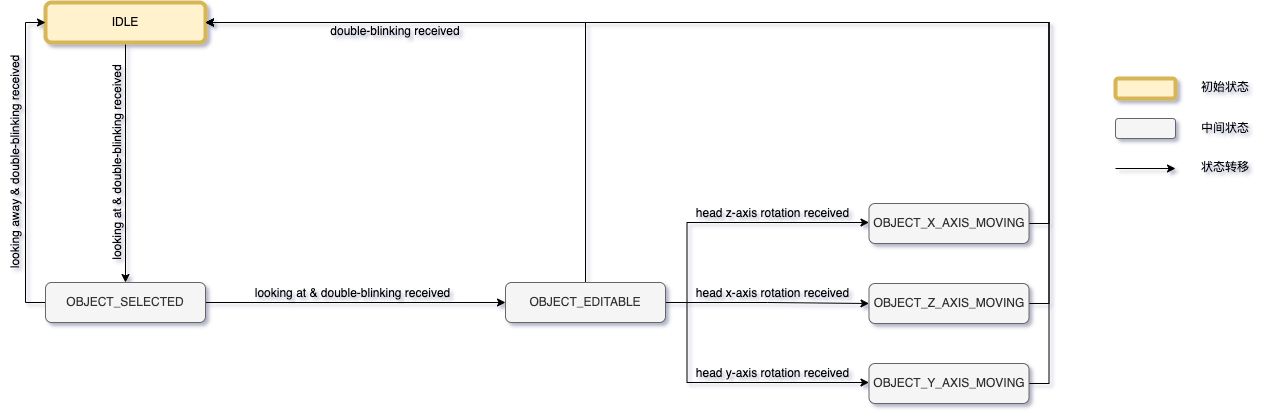
This is PAPERWORK/论文图例/system_state_machine.png from lorenz-liu/gaze-dominant-manipulation, a draw.io export, as it was before one commit. Source tidied: cells renumbered, new cells last; positions are measured from the earlier drawing's top-left corner, leaving out a move shared by most shapes.
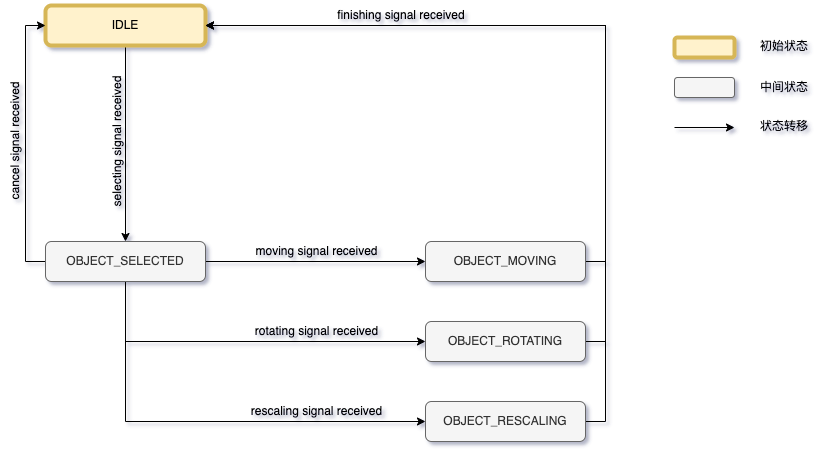
The same diagram one commit later.

Change to the diagram source:
```diff
@@ -6,7 +6,7 @@
       <mxGeometry relative="1" as="geometry" />
     </mxCell>
     <mxCell id="3" value="IDLE" style="rounded=1;whiteSpace=wrap;html=1;fillColor=#fff2cc;strokeColor=#d6b656;strokeWidth=4;" parent="1" vertex="1">
-      <mxGeometry x="148" width="160" height="40" as="geometry" />
+      <mxGeometry x="148" y="44" width="160" height="40" as="geometry" />
     </mxCell>
     <mxCell id="4" style="edgeStyle=orthogonalEdgeStyle;rounded=0;jettySize=auto;html=1;exitX=1;exitY=0.5;exitDx=0;exitDy=0;" parent="1" edge="1" source="6" target="21">
       <mxGeometry relative="1" as="geometry" />
@@ -14,95 +14,71 @@
     <mxCell id="5" style="edgeStyle=orthogonalEdgeStyle;rounded=0;jettySize=auto;html=1;exitX=0;exitY=0.5;exitDx=0;exitDy=0;entryX=0;entryY=0.5;entryDx=0;entryDy=0;" parent="1" edge="1" source="6" target="3">
       <mxGeometry relative="1" as="geometry" />
     </mxCell>
+    <mxCell id="31" style="edgeStyle=orthogonalEdgeStyle;rounded=0;jettySize=auto;html=1;exitX=0.5;exitY=1;exitDx=0;exitDy=0;entryX=0;entryY=0.5;entryDx=0;entryDy=0;" parent="1" edge="1" source="6" target="34">
+      <mxGeometry relative="1" as="geometry" />
+    </mxCell>
+    <mxCell id="32" style="edgeStyle=orthogonalEdgeStyle;rounded=0;jettySize=auto;html=1;exitX=0.5;exitY=1;exitDx=0;exitDy=0;entryX=0;entryY=0.5;entryDx=0;entryDy=0;" parent="1" edge="1" source="6" target="37">
+      <mxGeometry relative="1" as="geometry" />
+    </mxCell>
     <mxCell id="6" value="OBJECT_SELECTED" style="rounded=1;whiteSpace=wrap;html=1;fillColor=#f5f5f5;fontColor=#333333;strokeColor=#666666;" parent="1" vertex="1">
       <mxGeometry x="148" y="280" width="160" height="40" as="geometry" />
     </mxCell>
-    <mxCell id="7" style="edgeStyle=orthogonalEdgeStyle;rounded=0;jettySize=auto;html=1;exitX=1;exitY=0.5;exitDx=0;exitDy=0;entryX=1;entryY=0.5;entryDx=0;entryDy=0;" parent="1" edge="1" source="8" target="3">
-      <mxGeometry relative="1" as="geometry" />
-    </mxCell>
-    <mxCell id="8" value="OBJECT_X_AXIS_MOVING" style="rounded=1;whiteSpace=wrap;html=1;fillColor=#f5f5f5;fontColor=#333333;strokeColor=#666666;" parent="1" vertex="1">
-      <mxGeometry x="971.5" y="201" width="160" height="40" as="geometry" />
-    </mxCell>
-    <mxCell id="9" style="edgeStyle=orthogonalEdgeStyle;rounded=0;jettySize=auto;html=1;exitX=1;exitY=0.5;exitDx=0;exitDy=0;entryX=1;entryY=0.5;entryDx=0;entryDy=0;" parent="1" edge="1" source="10" target="3">
-      <mxGeometry relative="1" as="geometry" />
-    </mxCell>
-    <mxCell id="10" value="OBJECT_Z_AXIS_MOVING" style="rounded=1;whiteSpace=wrap;html=1;fillColor=#f5f5f5;fontColor=#333333;strokeColor=#666666;" parent="1" vertex="1">
-      <mxGeometry x="971.5" y="281" width="160" height="40" as="geometry" />
-    </mxCell>
-    <mxCell id="11" style="edgeStyle=orthogonalEdgeStyle;rounded=0;jettySize=auto;html=1;exitX=1;exitY=0.5;exitDx=0;exitDy=0;entryX=1;entryY=0.5;entryDx=0;entryDy=0;" parent="1" edge="1" source="12" target="3">
-      <mxGeometry relative="1" as="geometry" />
-    </mxCell>
-    <mxCell id="12" value="OBJECT_Y_AXIS_MOVING" style="rounded=1;whiteSpace=wrap;html=1;fillColor=#f5f5f5;fontColor=#333333;strokeColor=#666666;" parent="1" vertex="1">
-      <mxGeometry x="971.5" y="361" width="160" height="40" as="geometry" />
-    </mxCell>
-    <mxCell id="13" value="head z-axis rotation received" style="text;html=1;strokeColor=none;fillColor=none;align=center;verticalAlign=middle;whiteSpace=wrap;rounded=0;rotation=0;" parent="1" vertex="1">
-      <mxGeometry x="789.5" y="196" width="171" height="30" as="geometry" />
-    </mxCell>
-    <mxCell id="14" value="head x-axis rotation received" style="text;html=1;strokeColor=none;fillColor=none;align=center;verticalAlign=middle;whiteSpace=wrap;rounded=0;rotation=0;" parent="1" vertex="1">
-      <mxGeometry x="789.5" y="276" width="171" height="30" as="geometry" />
-    </mxCell>
-    <mxCell id="15" value="head y-axis rotation received" style="text;html=1;strokeColor=none;fillColor=none;align=center;verticalAlign=middle;whiteSpace=wrap;rounded=0;rotation=0;" parent="1" vertex="1">
-      <mxGeometry x="789.5" y="356" width="171" height="30" as="geometry" />
-    </mxCell>
-    <mxCell id="16" value="double-blinking received" style="text;html=1;strokeColor=none;fillColor=none;align=center;verticalAlign=middle;whiteSpace=wrap;rounded=0;rotation=0;" parent="1" vertex="1">
-      <mxGeometry x="423" y="14" width="150" height="30" as="geometry" />
+    <mxCell id="16" value="finishing signal received" style="text;html=1;strokeColor=none;fillColor=none;align=center;verticalAlign=middle;whiteSpace=wrap;rounded=0;rotation=0;" parent="1" vertex="1">
+      <mxGeometry x="429" y="39" width="150" height="30" as="geometry" />
     </mxCell>
-    <mxCell id="17" style="edgeStyle=orthogonalEdgeStyle;rounded=0;jettySize=auto;html=1;exitX=1;exitY=0.5;exitDx=0;exitDy=0;entryX=0;entryY=0.5;entryDx=0;entryDy=0;" parent="1" edge="1" source="21" target="10">
-      <mxGeometry relative="1" as="geometry" />
-    </mxCell>
-    <mxCell id="18" style="edgeStyle=orthogonalEdgeStyle;rounded=0;jettySize=auto;html=1;exitX=1;exitY=0.5;exitDx=0;exitDy=0;entryX=0;entryY=0.5;entryDx=0;entryDy=0;" parent="1" edge="1" source="21" target="12">
-      <mxGeometry relative="1" as="geometry">
-        <Array as="points">
-          <mxPoint x="789.5" y="300" />
-          <mxPoint x="789.5" y="380" />
-          <mxPoint x="971.5" y="380" />
-        </Array>
-      </mxGeometry>
-    </mxCell>
-    <mxCell id="19" style="edgeStyle=orthogonalEdgeStyle;rounded=0;jettySize=auto;html=1;exitX=1;exitY=0.5;exitDx=0;exitDy=0;entryX=0;entryY=0.5;entryDx=0;entryDy=0;" parent="1" edge="1" source="21" target="8">
-      <mxGeometry relative="1" as="geometry">
-        <Array as="points">
-          <mxPoint x="789.5" y="300" />
-          <mxPoint x="789.5" y="220" />
-          <mxPoint x="971.5" y="220" />
-        </Array>
-      </mxGeometry>
-    </mxCell>
-    <mxCell id="20" style="edgeStyle=orthogonalEdgeStyle;rounded=0;jettySize=auto;html=1;exitX=0.5;exitY=0;exitDx=0;exitDy=0;entryX=1;entryY=0.5;entryDx=0;entryDy=0;" parent="1" edge="1" source="21" target="3">
+    <mxCell id="20" style="edgeStyle=orthogonalEdgeStyle;rounded=0;jettySize=auto;html=1;exitX=1;exitY=0.5;exitDx=0;exitDy=0;entryX=1;entryY=0.5;entryDx=0;entryDy=0;" parent="1" edge="1" source="21" target="3">
       <mxGeometry relative="1" as="geometry" />
     </mxCell>
-    <mxCell id="21" value="OBJECT_EDITABLE" style="rounded=1;whiteSpace=wrap;html=1;fillColor=#f5f5f5;fontColor=#333333;strokeColor=#666666;" parent="1" vertex="1">
-      <mxGeometry x="608" y="280" width="160" height="40" as="geometry" />
+    <mxCell id="21" value="OBJECT_MOVING" style="rounded=1;whiteSpace=wrap;html=1;fillColor=#f5f5f5;fontColor=#333333;strokeColor=#666666;" parent="1" vertex="1">
+      <mxGeometry x="528" y="280" width="160" height="40" as="geometry" />
     </mxCell>
-    <mxCell id="22" value="looking away &amp;amp; double-blinking received" style="text;html=1;strokeColor=none;fillColor=none;align=center;verticalAlign=middle;whiteSpace=wrap;rounded=0;rotation=-90;" parent="1" vertex="1">
-      <mxGeometry x="0.5" y="145" width="235" height="30" as="geometry" />
+    <mxCell id="22" value="cancel signal received" style="text;html=1;strokeColor=none;fillColor=none;align=center;verticalAlign=middle;whiteSpace=wrap;rounded=0;rotation=-90;" parent="1" vertex="1">
+      <mxGeometry x="0.5" y="165" width="235" height="30" as="geometry" />
     </mxCell>
-    <mxCell id="23" value="looking at &amp;amp; double-blinking received" style="text;html=1;strokeColor=none;fillColor=none;align=center;verticalAlign=middle;whiteSpace=wrap;rounded=0;rotation=0;" parent="1" vertex="1">
-      <mxGeometry x="338" y="276" width="235" height="30" as="geometry" />
+    <mxCell id="23" value="moving signal received" style="text;html=1;strokeColor=none;fillColor=none;align=center;verticalAlign=middle;whiteSpace=wrap;rounded=0;rotation=0;" parent="1" vertex="1">
+      <mxGeometry x="302" y="275" width="235" height="30" as="geometry" />
     </mxCell>
-    <mxCell id="24" value="looking at &amp;amp; double-blinking received" style="text;html=1;strokeColor=none;fillColor=none;align=center;verticalAlign=middle;whiteSpace=wrap;rounded=0;rotation=-90;" parent="1" vertex="1">
-      <mxGeometry x="102" y="145" width="235" height="30" as="geometry" />
+    <mxCell id="24" value="selecting signal received" style="text;html=1;strokeColor=none;fillColor=none;align=center;verticalAlign=middle;whiteSpace=wrap;rounded=0;rotation=-90;" parent="1" vertex="1">
+      <mxGeometry x="102" y="165" width="235" height="30" as="geometry" />
     </mxCell>
     <mxCell id="25" style="rounded=1;whiteSpace=wrap;html=1;fillColor=#fff2cc;strokeColor=#d6b656;strokeWidth=4;" parent="1" vertex="1">
-      <mxGeometry x="1218" y="76" width="60" height="20" as="geometry" />
+      <mxGeometry x="777" y="76" width="60" height="20" as="geometry" />
     </mxCell>
     <mxCell id="26" style="rounded=1;whiteSpace=wrap;html=1;fillColor=#f5f5f5;fontColor=#333333;strokeColor=#666666;" parent="1" vertex="1">
-      <mxGeometry x="1218" y="116" width="60" height="20" as="geometry" />
+      <mxGeometry x="777" y="116" width="60" height="20" as="geometry" />
     </mxCell>
     <mxCell id="27" style="endArrow=classic;html=1;rounded=0;" parent="1" edge="1">
       <mxGeometry relative="1" as="geometry">
-        <mxPoint x="1218" y="166" as="sourcePoint" />
-        <mxPoint x="1278" y="166" as="targetPoint" />
+        <mxPoint x="777" y="166" as="sourcePoint" />
+        <mxPoint x="837" y="166" as="targetPoint" />
       </mxGeometry>
     </mxCell>
     <mxCell id="28" value="初始状态" style="text;html=1;strokeColor=none;fillColor=none;align=center;verticalAlign=middle;whiteSpace=wrap;rounded=0;" parent="1" vertex="1">
-      <mxGeometry x="1298" y="70" width="60" height="30" as="geometry" />
+      <mxGeometry x="857" y="70" width="60" height="30" as="geometry" />
     </mxCell>
     <mxCell id="29" value="中间状态" style="text;html=1;strokeColor=none;fillColor=none;align=center;verticalAlign=middle;whiteSpace=wrap;rounded=0;" parent="1" vertex="1">
-      <mxGeometry x="1298" y="111" width="60" height="30" as="geometry" />
+      <mxGeometry x="857" y="111" width="60" height="30" as="geometry" />
     </mxCell>
     <mxCell id="30" value="状态转移" style="text;html=1;strokeColor=none;fillColor=none;align=center;verticalAlign=middle;whiteSpace=wrap;rounded=0;" parent="1" vertex="1">
-      <mxGeometry x="1298" y="150" width="60" height="30" as="geometry" />
+      <mxGeometry x="857" y="150" width="60" height="30" as="geometry" />
     </mxCell>
+    <mxCell id="33" style="edgeStyle=orthogonalEdgeStyle;rounded=0;jettySize=auto;html=1;exitX=1;exitY=0.5;exitDx=0;exitDy=0;entryX=1;entryY=0.5;entryDx=0;entryDy=0;" parent="1" edge="1" source="34" target="3">
+      <mxGeometry relative="1" as="geometry" />
+    </mxCell>
+    <mxCell id="34" value="OBJECT_ROTATING" style="rounded=1;whiteSpace=wrap;html=1;fillColor=#f5f5f5;fontColor=#333333;strokeColor=#666666;" parent="1" vertex="1">
+      <mxGeometry x="528" y="360" width="160" height="40" as="geometry" />
+    </mxCell>
+    <mxCell id="35" value="rotating signal received" style="text;html=1;strokeColor=none;fillColor=none;align=center;verticalAlign=middle;whiteSpace=wrap;rounded=0;rotation=0;" parent="1" vertex="1">
+      <mxGeometry x="302" y="355" width="235" height="30" as="geometry" />
+    </mxCell>
+    <mxCell id="36" style="edgeStyle=orthogonalEdgeStyle;rounded=0;jettySize=auto;html=1;exitX=1;exitY=0.5;exitDx=0;exitDy=0;entryX=1;entryY=0.5;entryDx=0;entryDy=0;" parent="1" edge="1" source="37" target="3">
+      <mxGeometry relative="1" as="geometry" />
+    </mxCell>
+    <mxCell id="37" value="OBJECT_RESCALING" style="rounded=1;whiteSpace=wrap;html=1;fillColor=#f5f5f5;fontColor=#333333;strokeColor=#666666;" parent="1" vertex="1">
+      <mxGeometry x="528" y="440" width="160" height="40" as="geometry" />
+    </mxCell>
+    <mxCell id="38" value="rescaling signal received" style="text;html=1;strokeColor=none;fillColor=none;align=center;verticalAlign=middle;whiteSpace=wrap;rounded=0;rotation=0;" parent="1" vertex="1">
+      <mxGeometry x="302" y="435" width="235" height="30" as="geometry" />
+    </mxCell>
   </root>
 </mxGraphModel>
```
